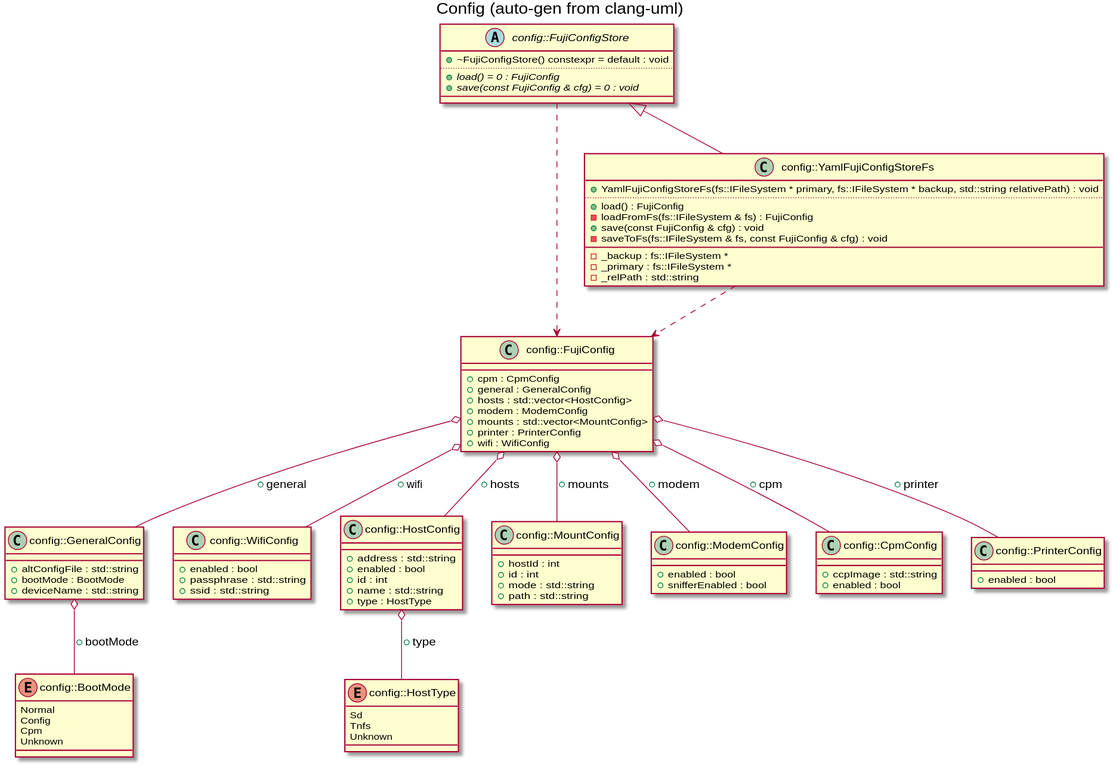
This is docs/images/gen_config.svg from markjfisher/fujinet-nio, a PlantUML export, as it was before one commit.
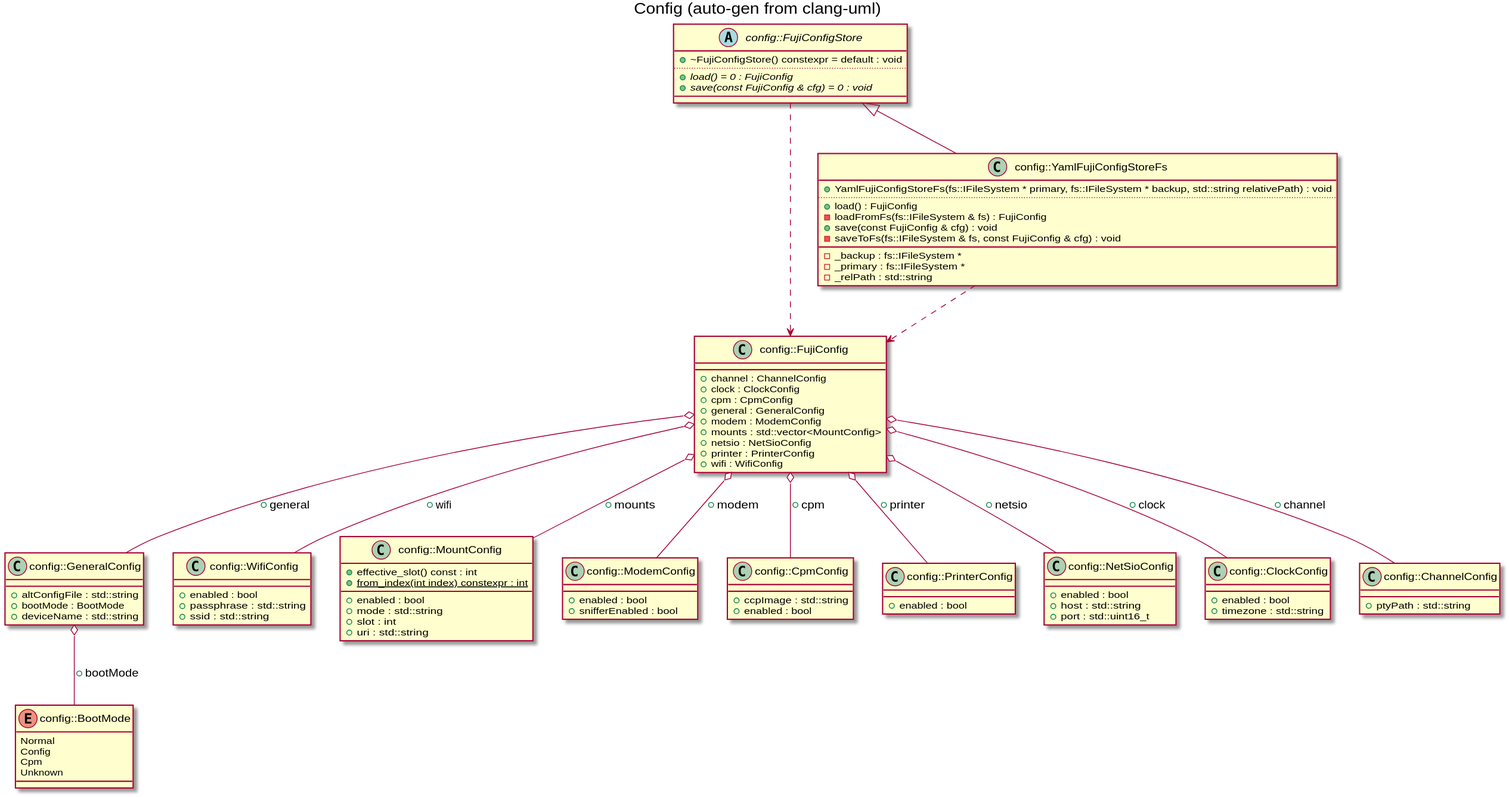
The same diagram one commit later.

Change to the diagram source:
```diff
@@ -21,28 +21,15 @@
 +passphrase : std::string
 +ssid : std::string
 }
-enum "config::HostType" as C_0000279772037409680357
-enum C_0000279772037409680357 {
-Sd
-Tnfs
-Unknown
-}
-class "config::HostConfig" as C_0006762991430694965068
-class C_0006762991430694965068 {
-__
-+address : std::string
-+enabled : bool
-+id : int
-+name : std::string
-+type : HostType
-}
 class "config::MountConfig" as C_0013943630642961179492
 class C_0013943630642961179492 {
++effective_slot() const : int
+{static} +from_index(int index) constexpr : int
 __
-+hostId : int
-+id : int
++enabled : bool
 +mode : std::string
-+path : std::string
++slot : int
++uri : std::string
 }
 class "config::ModemConfig" as C_0005975997772767504221
 class C_0005975997772767504221 {
@@ -61,14 +48,34 @@
 __
 +enabled : bool
 }
+class "config::NetSioConfig" as C_0009654526727956470660
+class C_0009654526727956470660 {
+__
++enabled : bool
++host : std::string
++port : std::uint16_t
+}
+class "config::ClockConfig" as C_0014123104778393566609
+class C_0014123104778393566609 {
+__
++enabled : bool
++timezone : std::string
+}
+class "config::ChannelConfig" as C_0014601375190208620155
+class C_0014601375190208620155 {
+__
++ptyPath : std::string
+}
 class "config::FujiConfig" as C_0013064010099190715901
 class C_0013064010099190715901 {
 __
++channel : ChannelConfig
++clock : ClockConfig
 +cpm : CpmConfig
 +general : GeneralConfig
-+hosts : std::vector<HostConfig>
 +modem : ModemConfig
 +mounts : std::vector<MountConfig>
++netsio : NetSioConfig
 +printer : PrinterConfig
 +wifi : WifiConfig
 }
@@ -94,14 +101,15 @@
 -_relPath : std::string
 }
 C_0016837659718836839167 o-- C_0012427176626669726738 : +bootMode
-C_0006762991430694965068 o-- C_0000279772037409680357 : +type
 C_0013064010099190715901 o-- C_0016837659718836839167 : +general
 C_0013064010099190715901 o-- C_0016905784937528219397 : +wifi
-C_0013064010099190715901 o-- C_0006762991430694965068 : +hosts
 C_0013064010099190715901 o-- C_0013943630642961179492 : +mounts
 C_0013064010099190715901 o-- C_0005975997772767504221 : +modem
 C_0013064010099190715901 o-- C_0006472023737076814481 : +cpm
 C_0013064010099190715901 o-- C_0011654528465957303447 : +printer
+C_0013064010099190715901 o-- C_0009654526727956470660 : +netsio
+C_0013064010099190715901 o-- C_0014123104778393566609 : +clock
+C_0013064010099190715901 o-- C_0014601375190208620155 : +channel
 C_0010708806357379257038 ..> C_0013064010099190715901
 C_0004992050062997423308 ..> C_0013064010099190715901
 C_0010708806357379257038 <|-- C_0004992050062997423308
```
